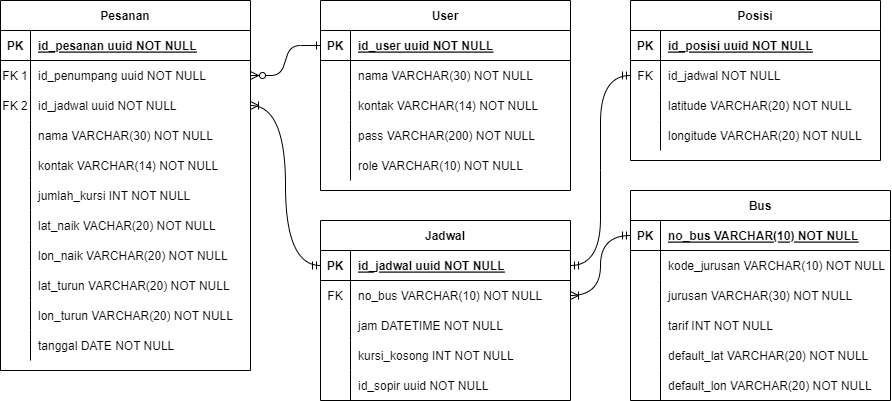
The draw.io diagram ERD-gobus.drawio.png in nentinur/IF215007-IF215008, before a commit. Source tidied: cells renumbered, new cells last; positions are measured from the earlier drawing's top-left corner, leaving out a move shared by most shapes.
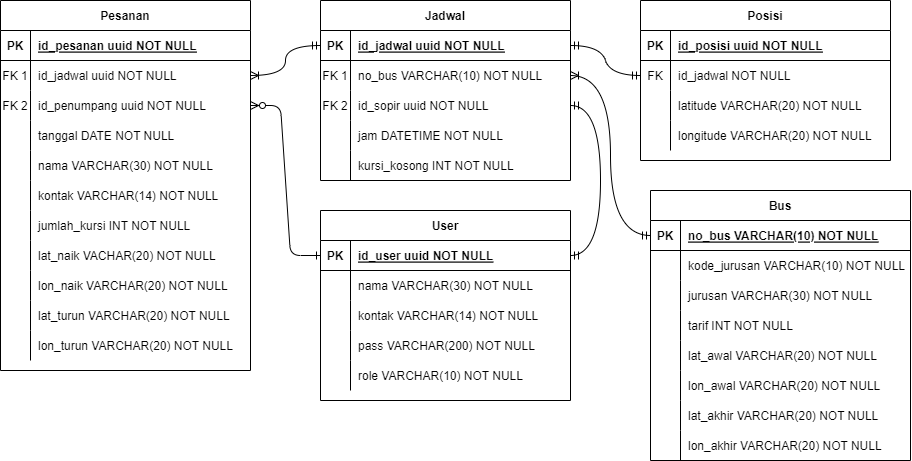
After the change.

Diff of the diagram source:
```diff
@@ -6,7 +6,7 @@
       <mxGeometry relative="1" as="geometry" />
     </mxCell>
     <mxCell id="3" value="Pesanan" style="shape=table;startSize=30;rowLines=0;fontStyle=1;align=center;" parent="1" vertex="1">
-      <mxGeometry width="250" height="370" as="geometry" />
+      <mxGeometry x="10" width="250" height="370" as="geometry" />
     </mxCell>
     <mxCell id="4" style="shape=partialRectangle;fillColor=none;top=0;left=0;right=0;bottom=1;" parent="3" vertex="1">
       <mxGeometry y="30" width="250" height="30" as="geometry" />
@@ -17,26 +17,35 @@
     <mxCell id="6" value="id_pesanan uuid NOT NULL " style="shape=partialRectangle;overflow=hidden;fillColor=none;top=0;left=0;bottom=0;right=0;align=left;spacingLeft=6;fontStyle=5;" parent="4" vertex="1">
       <mxGeometry x="30" width="220" height="30" as="geometry" />
     </mxCell>
+    <mxCell id="10" style="shape=partialRectangle;fillColor=none;points=[[0,0.5],[1,0.5]];portConstraint=eastwest;top=0;left=0;right=0;bottom=0;" parent="3" vertex="1">
+      <mxGeometry y="60" width="250" height="30" as="geometry" />
+    </mxCell>
+    <mxCell id="11" value="FK 1" style="shape=partialRectangle;overflow=hidden;fillColor=none;top=0;left=0;bottom=0;right=0;" parent="10" vertex="1">
+      <mxGeometry width="30" height="30" as="geometry" />
+    </mxCell>
+    <mxCell id="12" value="id_jadwal uuid NOT NULL" style="shape=partialRectangle;overflow=hidden;fillColor=none;top=0;left=0;bottom=0;right=0;align=left;spacingLeft=6;" parent="10" vertex="1">
+      <mxGeometry x="30" width="220" height="30" as="geometry" />
+    </mxCell>
     <mxCell id="7" style="shape=partialRectangle;fillColor=none;points=[[0,0.5],[1,0.5]];portConstraint=eastwest;top=0;left=0;right=0;bottom=0;" parent="3" vertex="1">
-      <mxGeometry y="60" width="250" height="30" as="geometry" />
+      <mxGeometry y="90" width="250" height="30" as="geometry" />
     </mxCell>
-    <mxCell id="8" value="FK 1" style="shape=partialRectangle;overflow=hidden;fillColor=none;top=0;left=0;bottom=0;right=0;" parent="7" vertex="1">
+    <mxCell id="8" value="FK 2" style="shape=partialRectangle;overflow=hidden;fillColor=none;top=0;left=0;bottom=0;right=0;" parent="7" vertex="1">
       <mxGeometry width="30" height="30" as="geometry" />
     </mxCell>
     <mxCell id="9" value="id_penumpang uuid NOT NULL" style="shape=partialRectangle;overflow=hidden;fillColor=none;top=0;left=0;bottom=0;right=0;align=left;spacingLeft=6;" parent="7" vertex="1">
       <mxGeometry x="30" width="220" height="30" as="geometry" />
     </mxCell>
-    <mxCell id="10" style="shape=partialRectangle;fillColor=none;points=[[0,0.5],[1,0.5]];portConstraint=eastwest;top=0;left=0;right=0;bottom=0;" parent="3" vertex="1">
-      <mxGeometry y="90" width="250" height="30" as="geometry" />
-    </mxCell>
-    <mxCell id="11" value="FK 2" style="shape=partialRectangle;overflow=hidden;fillColor=none;top=0;left=0;bottom=0;right=0;" parent="10" vertex="1">
-      <mxGeometry width="30" height="30" as="geometry" />
-    </mxCell>
-    <mxCell id="12" value="id_jadwal uuid NOT NULL" style="shape=partialRectangle;overflow=hidden;fillColor=none;top=0;left=0;bottom=0;right=0;align=left;spacingLeft=6;" parent="10" vertex="1">
-      <mxGeometry x="30" width="220" height="30" as="geometry" />
-    </mxCell>
+    <mxCell id="34" style="shape=partialRectangle;fillColor=none;top=0;left=0;right=0;bottom=0;" parent="3" vertex="1">
+      <mxGeometry y="120" width="250" height="30" as="geometry" />
+    </mxCell>
+    <mxCell id="35" style="shape=partialRectangle;overflow=hidden;fillColor=none;top=0;left=0;bottom=0;right=0;" parent="34" vertex="1">
+      <mxGeometry width="30" height="30" as="geometry" />
+    </mxCell>
+    <mxCell id="36" value="tanggal DATE NOT NULL" style="shape=partialRectangle;overflow=hidden;fillColor=none;top=0;left=0;bottom=0;right=0;align=left;spacingLeft=6;" parent="34" vertex="1">
+      <mxGeometry x="30" width="220" height="30" as="geometry" />
+    </mxCell>
     <mxCell id="13" style="shape=partialRectangle;fillColor=none;top=0;left=0;right=0;bottom=0;" parent="3" vertex="1">
-      <mxGeometry y="120" width="250" height="30" as="geometry" />
+      <mxGeometry y="150" width="250" height="30" as="geometry" />
     </mxCell>
     <mxCell id="14" style="shape=partialRectangle;overflow=hidden;fillColor=none;top=0;left=0;bottom=0;right=0;" parent="13" vertex="1">
       <mxGeometry width="30" height="30" as="geometry" />
@@ -45,7 +54,7 @@
       <mxGeometry x="30" width="220" height="30" as="geometry" />
     </mxCell>
     <mxCell id="16" style="shape=partialRectangle;fillColor=none;top=0;left=0;right=0;bottom=0;" parent="3" vertex="1">
-      <mxGeometry y="150" width="250" height="30" as="geometry" />
+      <mxGeometry y="180" width="250" height="30" as="geometry" />
     </mxCell>
     <mxCell id="17" style="shape=partialRectangle;overflow=hidden;fillColor=none;top=0;left=0;bottom=0;right=0;" parent="16" vertex="1">
       <mxGeometry width="30" height="30" as="geometry" />
@@ -54,7 +63,7 @@
       <mxGeometry x="30" width="220" height="30" as="geometry" />
     </mxCell>
     <mxCell id="19" style="shape=partialRectangle;fillColor=none;top=0;left=0;right=0;bottom=0;" parent="3" vertex="1">
-      <mxGeometry y="180" width="250" height="30" as="geometry" />
+      <mxGeometry y="210" width="250" height="30" as="geometry" />
     </mxCell>
     <mxCell id="20" style="shape=partialRectangle;overflow=hidden;fillColor=none;top=0;left=0;bottom=0;right=0;" parent="19" vertex="1">
       <mxGeometry width="30" height="30" as="geometry" />
@@ -63,7 +72,7 @@
       <mxGeometry x="30" width="220" height="30" as="geometry" />
     </mxCell>
     <mxCell id="22" style="shape=partialRectangle;fillColor=none;top=0;left=0;right=0;bottom=0;" parent="3" vertex="1">
-      <mxGeometry y="210" width="250" height="30" as="geometry" />
+      <mxGeometry y="240" width="250" height="30" as="geometry" />
     </mxCell>
     <mxCell id="23" style="shape=partialRectangle;overflow=hidden;fillColor=none;top=0;left=0;bottom=0;right=0;" parent="22" vertex="1">
       <mxGeometry width="30" height="30" as="geometry" />
@@ -72,7 +81,7 @@
       <mxGeometry x="30" width="220" height="30" as="geometry" />
     </mxCell>
     <mxCell id="25" style="shape=partialRectangle;fillColor=none;top=0;left=0;right=0;bottom=0;" parent="3" vertex="1">
-      <mxGeometry y="240" width="250" height="30" as="geometry" />
+      <mxGeometry y="270" width="250" height="30" as="geometry" />
     </mxCell>
     <mxCell id="26" style="shape=partialRectangle;overflow=hidden;fillColor=none;top=0;left=0;bottom=0;right=0;" parent="25" vertex="1">
       <mxGeometry width="30" height="30" as="geometry" />
@@ -81,7 +90,7 @@
       <mxGeometry x="30" width="220" height="30" as="geometry" />
     </mxCell>
     <mxCell id="28" style="shape=partialRectangle;fillColor=none;top=0;left=0;right=0;bottom=0;" parent="3" vertex="1">
-      <mxGeometry y="270" width="250" height="30" as="geometry" />
+      <mxGeometry y="300" width="250" height="30" as="geometry" />
     </mxCell>
     <mxCell id="29" style="shape=partialRectangle;overflow=hidden;fillColor=none;top=0;left=0;bottom=0;right=0;" parent="28" vertex="1">
       <mxGeometry width="30" height="30" as="geometry" />
@@ -90,7 +99,7 @@
       <mxGeometry x="30" width="220" height="30" as="geometry" />
     </mxCell>
     <mxCell id="31" style="shape=partialRectangle;fillColor=none;top=0;left=0;right=0;bottom=0;" parent="3" vertex="1">
-      <mxGeometry y="300" width="250" height="30" as="geometry" />
+      <mxGeometry y="330" width="250" height="30" as="geometry" />
     </mxCell>
     <mxCell id="32" style="shape=partialRectangle;overflow=hidden;fillColor=none;top=0;left=0;bottom=0;right=0;" parent="31" vertex="1">
       <mxGeometry width="30" height="30" as="geometry" />
@@ -98,17 +107,8 @@
     <mxCell id="33" value="lon_turun VARCHAR(20) NOT NULL" style="shape=partialRectangle;overflow=hidden;fillColor=none;top=0;left=0;bottom=0;right=0;align=left;spacingLeft=6;" parent="31" vertex="1">
       <mxGeometry x="30" width="220" height="30" as="geometry" />
     </mxCell>
-    <mxCell id="34" style="shape=partialRectangle;fillColor=none;top=0;left=0;right=0;bottom=0;" parent="3" vertex="1">
-      <mxGeometry y="330" width="250" height="30" as="geometry" />
-    </mxCell>
-    <mxCell id="35" style="shape=partialRectangle;overflow=hidden;fillColor=none;top=0;left=0;bottom=0;right=0;" parent="34" vertex="1">
-      <mxGeometry width="30" height="30" as="geometry" />
-    </mxCell>
-    <mxCell id="36" value="tanggal DATE NOT NULL" style="shape=partialRectangle;overflow=hidden;fillColor=none;top=0;left=0;bottom=0;right=0;align=left;spacingLeft=6;" parent="34" vertex="1">
-      <mxGeometry x="30" width="220" height="30" as="geometry" />
-    </mxCell>
     <mxCell id="37" value="Posisi" style="shape=table;startSize=30;rowLines=0;fontStyle=1;align=center;" parent="1" vertex="1">
-      <mxGeometry x="630" width="250" height="160" as="geometry" />
+      <mxGeometry x="650" width="250" height="160" as="geometry" />
     </mxCell>
     <mxCell id="38" style="shape=partialRectangle;fillColor=none;top=0;left=0;right=0;bottom=1;" parent="37" vertex="1">
       <mxGeometry y="30" width="250" height="30" as="geometry" />
@@ -147,7 +147,7 @@
       <mxGeometry x="30" width="220" height="30" as="geometry" />
     </mxCell>
     <mxCell id="50" value="User" style="shape=table;startSize=30;rowLines=0;fontStyle=1;align=center;" parent="1" vertex="1">
-      <mxGeometry x="320" width="250" height="190" as="geometry" />
+      <mxGeometry x="330" y="210" width="250" height="190" as="geometry" />
     </mxCell>
     <mxCell id="51" style="shape=partialRectangle;fillColor=none;points=[[0,0.5],[1,0.5]];portConstraint=eastwest;top=0;left=0;right=0;bottom=1;" parent="50" vertex="1">
       <mxGeometry y="30" width="250" height="30" as="geometry" />
@@ -195,7 +195,7 @@
       <mxGeometry x="30" width="220" height="30" as="geometry" />
     </mxCell>
     <mxCell id="66" value="Jadwal" style="shape=table;startSize=30;rowLines=0;fontStyle=1;align=center;" parent="1" vertex="1">
-      <mxGeometry x="320" y="220" width="250" height="180" as="geometry" />
+      <mxGeometry x="330" width="250" height="180" as="geometry" />
     </mxCell>
     <mxCell id="67" style="shape=tableRow;horizontal=0;startSize=0;swimlaneHead=0;swimlaneBody=0;fillColor=none;points=[[0,0.5],[1,0.5]];portConstraint=eastwest;top=0;left=0;right=0;bottom=1;" parent="66" vertex="1">
       <mxGeometry y="30" width="250" height="30" as="geometry" />
@@ -209,14 +209,23 @@
     <mxCell id="70" style="shape=tableRow;horizontal=0;startSize=0;swimlaneHead=0;swimlaneBody=0;fillColor=none;points=[[0,0.5],[1,0.5]];portConstraint=eastwest;top=0;left=0;right=0;bottom=0;" parent="66" vertex="1">
       <mxGeometry y="60" width="250" height="30" as="geometry" />
     </mxCell>
-    <mxCell id="71" value="FK" style="shape=partialRectangle;fillColor=none;top=0;left=0;bottom=0;right=0;overflow=hidden;" parent="70" vertex="1">
+    <mxCell id="71" value="FK 1" style="shape=partialRectangle;fillColor=none;top=0;left=0;bottom=0;right=0;overflow=hidden;" parent="70" vertex="1">
       <mxGeometry width="30" height="30" as="geometry" />
     </mxCell>
     <mxCell id="72" value="no_bus VARCHAR(10) NOT NULL" style="shape=partialRectangle;fillColor=none;top=0;left=0;bottom=0;right=0;align=left;spacingLeft=6;overflow=hidden;" parent="70" vertex="1">
       <mxGeometry x="30" width="220" height="30" as="geometry" />
     </mxCell>
+    <mxCell id="79" style="shape=tableRow;horizontal=0;startSize=0;swimlaneHead=0;swimlaneBody=0;fillColor=none;points=[[0,0.5],[1,0.5]];portConstraint=eastwest;top=0;left=0;right=0;bottom=0;" parent="66" vertex="1">
+      <mxGeometry y="90" width="250" height="30" as="geometry" />
+    </mxCell>
+    <mxCell id="80" value="FK 2" style="shape=partialRectangle;fillColor=none;top=0;left=0;bottom=0;right=0;overflow=hidden;" parent="79" vertex="1">
+      <mxGeometry width="30" height="30" as="geometry" />
+    </mxCell>
+    <mxCell id="81" value="id_sopir uuid NOT NULL" style="shape=partialRectangle;fillColor=none;top=0;left=0;bottom=0;right=0;align=left;spacingLeft=6;overflow=hidden;" parent="79" vertex="1">
+      <mxGeometry x="30" width="220" height="30" as="geometry" />
+    </mxCell>
     <mxCell id="73" style="shape=tableRow;horizontal=0;startSize=0;swimlaneHead=0;swimlaneBody=0;fillColor=none;top=0;left=0;right=0;bottom=0;" parent="66" vertex="1">
-      <mxGeometry y="90" width="250" height="30" as="geometry" />
+      <mxGeometry y="120" width="250" height="30" as="geometry" />
     </mxCell>
     <mxCell id="74" style="shape=partialRectangle;fillColor=none;top=0;left=0;bottom=0;right=0;overflow=hidden;" parent="73" vertex="1">
       <mxGeometry width="30" height="30" as="geometry" />
@@ -225,7 +234,7 @@
       <mxGeometry x="30" width="220" height="30" as="geometry" />
     </mxCell>
     <mxCell id="76" style="shape=tableRow;horizontal=0;startSize=0;swimlaneHead=0;swimlaneBody=0;fillColor=none;top=0;left=0;right=0;bottom=0;" parent="66" vertex="1">
-      <mxGeometry y="120" width="250" height="30" as="geometry" />
+      <mxGeometry y="150" width="250" height="30" as="geometry" />
     </mxCell>
     <mxCell id="77" style="shape=partialRectangle;fillColor=none;top=0;left=0;bottom=0;right=0;overflow=hidden;" parent="76" vertex="1">
       <mxGeometry width="30" height="30" as="geometry" />
@@ -233,17 +242,8 @@
     <mxCell id="78" value="kursi_kosong INT NOT NULL" style="shape=partialRectangle;fillColor=none;top=0;left=0;bottom=0;right=0;align=left;spacingLeft=6;overflow=hidden;" parent="76" vertex="1">
       <mxGeometry x="30" width="220" height="30" as="geometry" />
     </mxCell>
-    <mxCell id="79" style="shape=tableRow;horizontal=0;startSize=0;swimlaneHead=0;swimlaneBody=0;fillColor=none;points=[[0,0.5],[1,0.5]];portConstraint=eastwest;top=0;left=0;right=0;bottom=0;" parent="66" vertex="1">
-      <mxGeometry y="150" width="250" height="30" as="geometry" />
-    </mxCell>
-    <mxCell id="80" style="shape=partialRectangle;fillColor=none;top=0;left=0;bottom=0;right=0;overflow=hidden;" parent="79" vertex="1">
-      <mxGeometry width="30" height="30" as="geometry" />
-    </mxCell>
-    <mxCell id="81" value="id_sopir uuid NOT NULL" style="shape=partialRectangle;fillColor=none;top=0;left=0;bottom=0;right=0;align=left;spacingLeft=6;overflow=hidden;" parent="79" vertex="1">
-      <mxGeometry x="30" width="220" height="30" as="geometry" />
-    </mxCell>
     <mxCell id="82" value="Bus" style="shape=table;startSize=30;rowLines=0;fontStyle=1;align=center;" parent="1" vertex="1">
-      <mxGeometry x="630" y="190" width="260" height="210" as="geometry" />
+      <mxGeometry x="660" y="190" width="260" height="270" as="geometry" />
     </mxCell>
     <mxCell id="83" style="shape=tableRow;horizontal=0;startSize=0;swimlaneHead=0;swimlaneBody=0;fillColor=none;points=[[0,0.5],[1,0.5]];portConstraint=eastwest;top=0;left=0;right=0;bottom=1;" parent="82" vertex="1">
       <mxGeometry y="30" width="260" height="30" as="geometry" />
@@ -287,7 +287,7 @@
     <mxCell id="96" style="shape=partialRectangle;fillColor=none;top=0;left=0;bottom=0;right=0;overflow=hidden;" parent="95" vertex="1">
       <mxGeometry width="30" height="30" as="geometry" />
     </mxCell>
-    <mxCell id="97" value="default_lat VARCHAR(20) NOT NULL" style="shape=partialRectangle;fillColor=none;top=0;left=0;bottom=0;right=0;align=left;spacingLeft=6;overflow=hidden;" parent="95" vertex="1">
+    <mxCell id="97" value="lat_awal VARCHAR(20) NOT NULL" style="shape=partialRectangle;fillColor=none;top=0;left=0;bottom=0;right=0;align=left;spacingLeft=6;overflow=hidden;" parent="95" vertex="1">
       <mxGeometry x="30" width="230" height="30" as="geometry" />
     </mxCell>
     <mxCell id="98" style="shape=tableRow;horizontal=0;startSize=0;swimlaneHead=0;swimlaneBody=0;fillColor=none;top=0;left=0;right=0;bottom=0;" parent="82" vertex="1">
@@ -296,9 +296,27 @@
     <mxCell id="99" style="shape=partialRectangle;fillColor=none;top=0;left=0;bottom=0;right=0;overflow=hidden;" parent="98" vertex="1">
       <mxGeometry width="30" height="30" as="geometry" />
     </mxCell>
-    <mxCell id="100" value="default_lon VARCHAR(20) NOT NULL" style="shape=partialRectangle;fillColor=none;top=0;left=0;bottom=0;right=0;align=left;spacingLeft=6;overflow=hidden;" parent="98" vertex="1">
+    <mxCell id="100" value="lon_awal VARCHAR(20) NOT NULL" style="shape=partialRectangle;fillColor=none;top=0;left=0;bottom=0;right=0;align=left;spacingLeft=6;overflow=hidden;" parent="98" vertex="1">
       <mxGeometry x="30" width="230" height="30" as="geometry" />
     </mxCell>
+    <mxCell id="104" style="shape=tableRow;horizontal=0;startSize=0;swimlaneHead=0;swimlaneBody=0;fillColor=none;top=0;left=0;right=0;bottom=0;" parent="82" vertex="1">
+      <mxGeometry y="210" width="260" height="30" as="geometry" />
+    </mxCell>
+    <mxCell id="105" style="shape=partialRectangle;fillColor=none;top=0;left=0;bottom=0;right=0;overflow=hidden;" parent="104" vertex="1">
+      <mxGeometry width="30" height="30" as="geometry" />
+    </mxCell>
+    <mxCell id="106" value="lat_akhir VARCHAR(20) NOT NULL" style="shape=partialRectangle;fillColor=none;top=0;left=0;bottom=0;right=0;align=left;spacingLeft=6;overflow=hidden;" parent="104" vertex="1">
+      <mxGeometry x="30" width="230" height="30" as="geometry" />
+    </mxCell>
+    <mxCell id="107" style="shape=tableRow;horizontal=0;startSize=0;swimlaneHead=0;swimlaneBody=0;fillColor=none;top=0;left=0;right=0;bottom=0;" parent="82" vertex="1">
+      <mxGeometry y="240" width="260" height="30" as="geometry" />
+    </mxCell>
+    <mxCell id="108" style="shape=partialRectangle;fillColor=none;top=0;left=0;bottom=0;right=0;overflow=hidden;" parent="107" vertex="1">
+      <mxGeometry width="30" height="30" as="geometry" />
+    </mxCell>
+    <mxCell id="109" value="lon_akhir VARCHAR(20) NOT NULL" style="shape=partialRectangle;fillColor=none;top=0;left=0;bottom=0;right=0;align=left;spacingLeft=6;overflow=hidden;" parent="107" vertex="1">
+      <mxGeometry x="30" width="230" height="30" as="geometry" />
+    </mxCell>
     <mxCell id="101" style="edgeStyle=orthogonalEdgeStyle;fontSize=12;html=1;endArrow=ERoneToMany;startArrow=ERmandOne;rounded=0;exitX=0;exitY=0.5;exitDx=0;exitDy=0;entryX=1;entryY=0.5;entryDx=0;entryDy=0;curved=1;" parent="1" edge="1" source="67" target="10">
       <mxGeometry relative="1" as="geometry" />
     </mxCell>
@@ -308,5 +326,8 @@
     <mxCell id="103" style="edgeStyle=entityRelationEdgeStyle;fontSize=12;html=1;endArrow=ERmandOne;startArrow=ERmandOne;rounded=0;curved=1;exitX=1;exitY=0.5;exitDx=0;exitDy=0;entryX=0;entryY=0.5;entryDx=0;entryDy=0;" parent="1" edge="1" source="67" target="41">
       <mxGeometry relative="1" as="geometry" />
     </mxCell>
+    <mxCell id="110" style="edgeStyle=entityRelationEdgeStyle;fontSize=12;html=1;endArrow=ERmandOne;startArrow=ERmandOne;rounded=0;curved=1;entryX=1;entryY=0.5;entryDx=0;entryDy=0;exitX=1;exitY=0.5;exitDx=0;exitDy=0;" parent="1" edge="1" source="51" target="79">
+      <mxGeometry relative="1" as="geometry" />
+    </mxCell>
   </root>
 </mxGraphModel>
```
